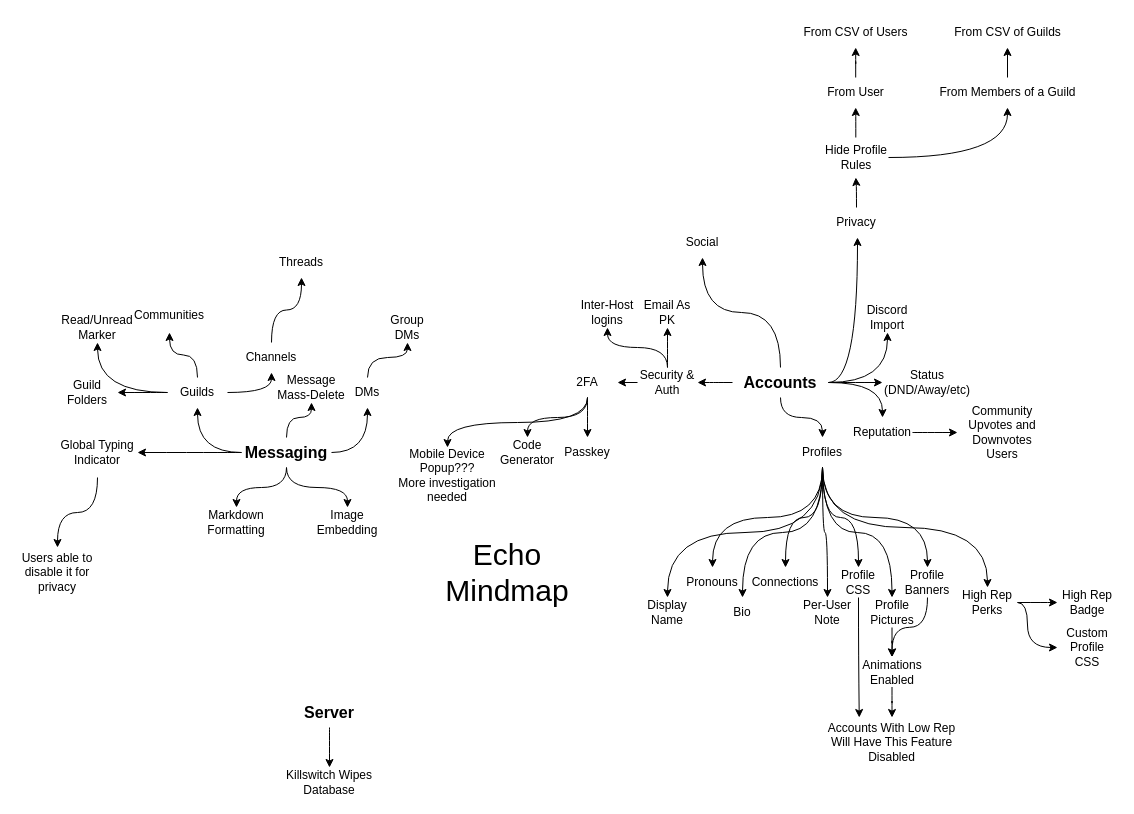
Before: api/drawio/Features Brainstorm.drawio in Echo-Chat-Systems/docs, a draw.io diagram. Source tidied: cells renumbered, new cells numbered last; positions are measured from the earlier drawing's top-left corner, leaving out a move shared by most shapes. Both pictures are drawn from the tidied source at 100%, with x=0, y=0 at pixel (17, 17).
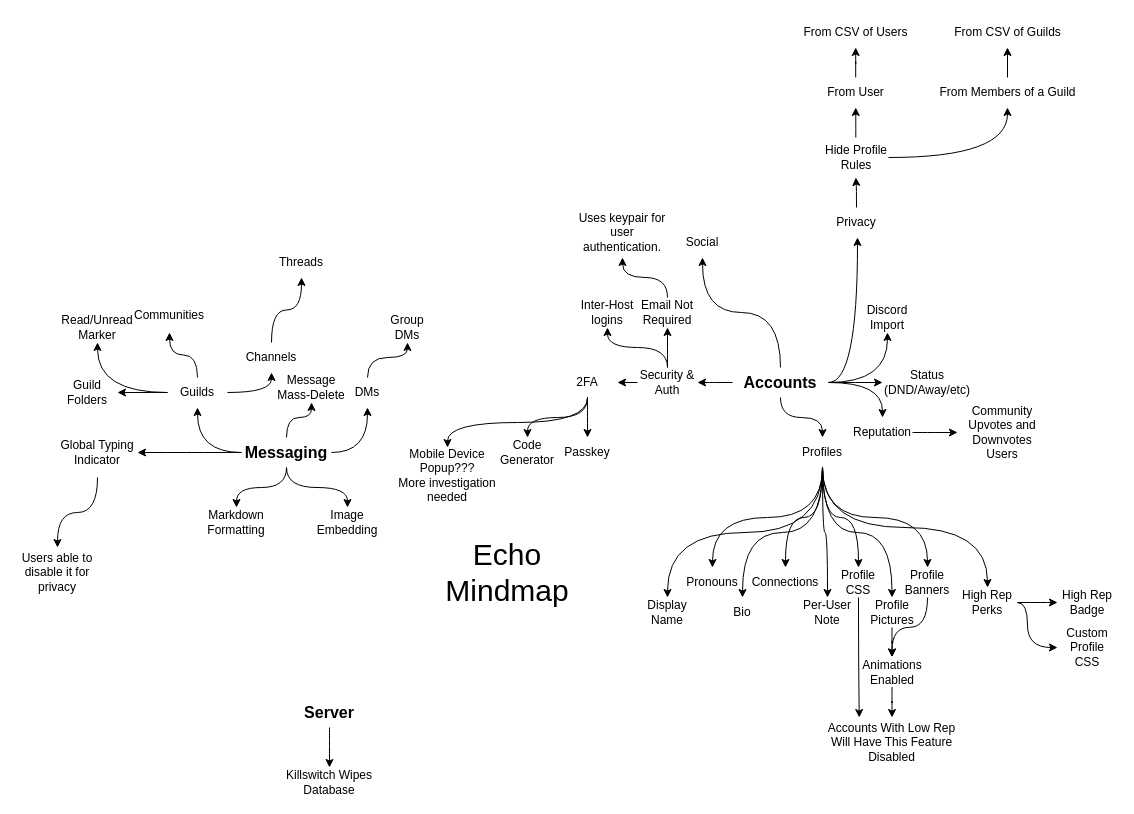
After the change.

What changed in the source:
```diff
@@
+    <mxCell id="100" style="edgeStyle=orthogonalEdgeStyle;rounded=0;jettySize=auto;html=1;curved=1;" parent="1" edge="1" source="70" target="101">
+      <mxGeometry relative="1" as="geometry" />
+    </mxCell>
-    <mxCell id="70" value="Email As PK" style="text;html=1;align=center;verticalAlign=middle;whiteSpace=wrap;rounded=0;" parent="1" vertex="1">
+    <mxCell id="70" value="Email Not&lt;div&gt;Required&lt;/div&gt;" style="text;html=1;align=center;verticalAlign=middle;whiteSpace=wrap;rounded=0;" parent="1" vertex="1">
       <mxGeometry x="620" y="280" width="60" height="30" as="geometry" />
     </mxCell>
@@
+    <mxCell id="101" value="Uses keypair for user authentication." style="text;html=1;align=center;verticalAlign=middle;whiteSpace=wrap;rounded=0;" parent="1" vertex="1">
+      <mxGeometry x="560" y="190" width="90" height="50" as="geometry" />
+    </mxCell>
```
